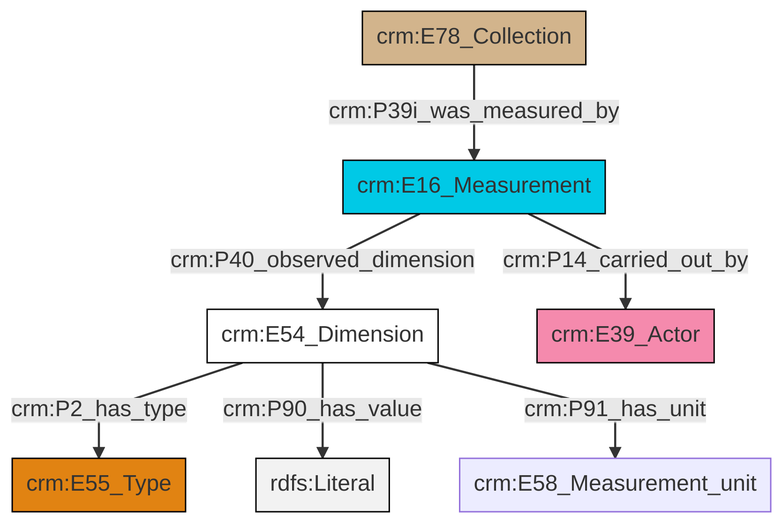
This is et/archivalCSV/ttl/mmd/png/archival_substance.png from swiss-art-research-net/docs.swissartresearch, a Mermaid export, as it was before one commit. Its source is kept beside it as et/archivalCSV/ttl/mmd/archival_substance.ttl.mmd.
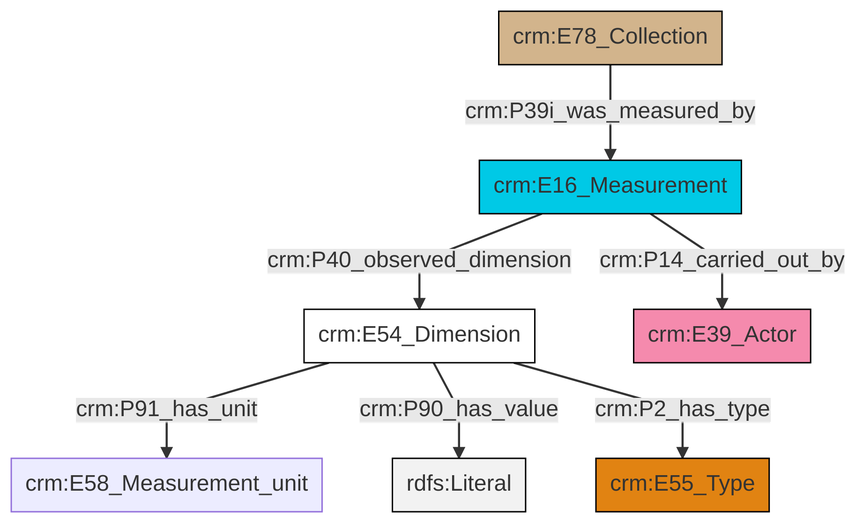
Later version of the same file.

Change to the diagram source:
```diff
@@ -13,9 +13,9 @@
 classDef PC_Classes fill:#4ce600, stroke:#000000;
 classDef Multi fill:#cccccc,stroke:#000000;
 
-0["crm:E54_Dimension"]:::CRM_Entity -->|crm:P2_has_type| 2["crm:E55_Type"]:::Type
-3["crm:E16_Measurement"]:::Temporal_Entity -->|crm:P14_carried_out_by| 4["crm:E39_Actor"]:::Actor
-3["crm:E16_Measurement"]:::Temporal_Entity -->|crm:P40_observed_dimension| 0["crm:E54_Dimension"]:::CRM_Entity
-0["crm:E54_Dimension"]:::CRM_Entity -->|crm:P90_has_value| 10[rdfs:Literal]:::Literal
-11["crm:E78_Collection"]:::Physical_Thing -->|crm:P39i_was_measured_by| 3["crm:E16_Measurement"]:::Temporal_Entity
-0["crm:E54_Dimension"]:::CRM_Entity -->|crm:P91_has_unit| 7["crm:E58_Measurement_unit"]:::Default
+0["crm:E16_Measurement"]:::Temporal_Entity -->|crm:P40_observed_dimension| 2["crm:E54_Dimension"]:::CRM_Entity
+0["crm:E16_Measurement"]:::Temporal_Entity -->|crm:P14_carried_out_by| 5["crm:E39_Actor"]:::Actor
+6["crm:E78_Collection"]:::Physical_Thing -->|crm:P39i_was_measured_by| 0["crm:E16_Measurement"]:::Temporal_Entity
+2["crm:E54_Dimension"]:::CRM_Entity -->|crm:P91_has_unit| 3["crm:E58_Measurement_unit"]:::Default
+2["crm:E54_Dimension"]:::CRM_Entity -->|crm:P90_has_value| 9[rdfs:Literal]:::Literal
+2["crm:E54_Dimension"]:::CRM_Entity -->|crm:P2_has_type| 10["crm:E55_Type"]:::Type
```
